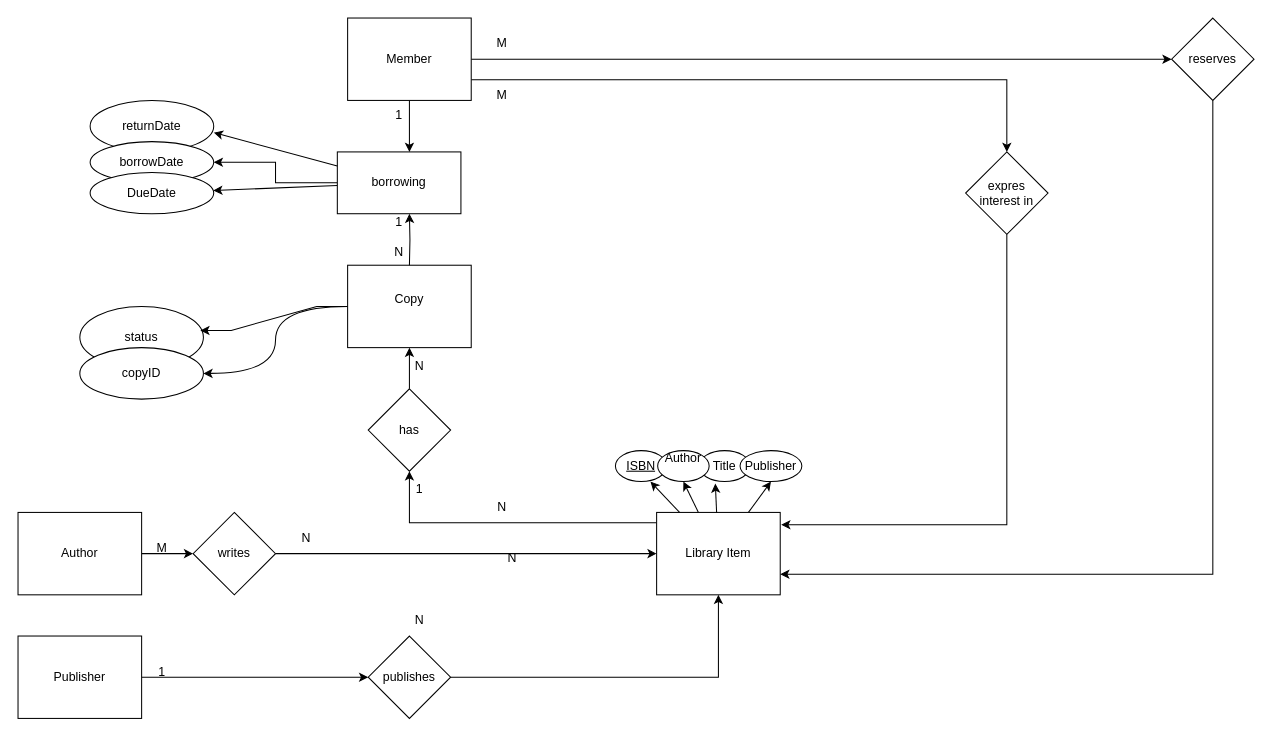
This is Tutorial2.drawio from fmvemba22/SOEN363, a draw.io file, before an edit. Source tidied: cells renumbered, new cells numbered last; positions are measured from the earlier drawing's top-left corner, leaving out a move shared by most shapes. Both pictures are drawn from the tidied source at 103%, with x=0, y=0 at pixel (18, 18).
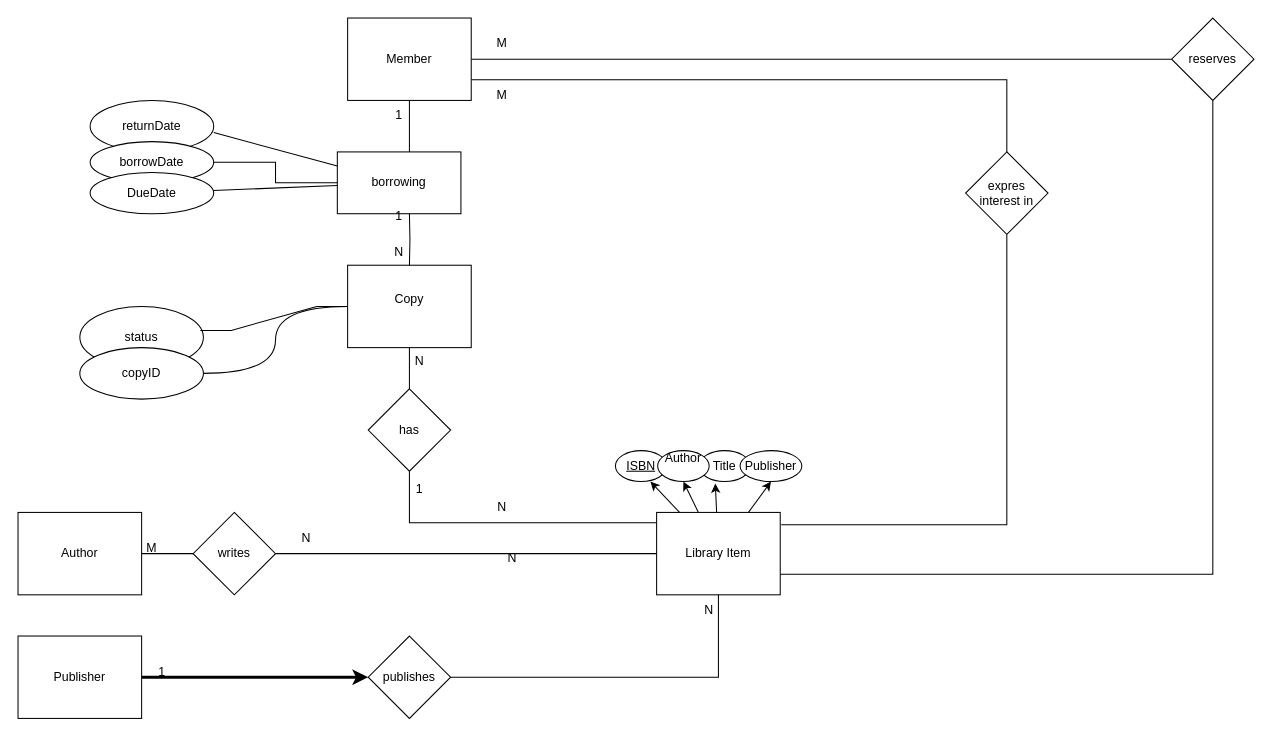
After the change.

The change refers to these unchanged cells:
```xml
<mxCell id="2" value="returnDate" style="ellipse;whiteSpace=wrap;html=1;shapeInside=1;" parent="1" vertex="1">
  <mxGeometry x="70" y="80" width="120" height="50" as="geometry" />
</mxCell>
<mxCell id="3" value="borrowDate" style="ellipse;whiteSpace=wrap;html=1;shapeInside=1;" parent="1" vertex="1">
  <mxGeometry x="70" y="120" width="120" height="40" as="geometry" />
</mxCell>
<mxCell id="7" value="Member" style="rounded=0;whiteSpace=wrap;html=1;" parent="1" vertex="1">
  <mxGeometry x="320" width="120" height="80" as="geometry" />
</mxCell>
<mxCell id="11" value="Library Item" style="rounded=0;whiteSpace=wrap;html=1;" parent="1" vertex="1">
  <mxGeometry x="620" y="480" width="120" height="80" as="geometry" />
</mxCell>
<mxCell id="13" value="reserves" style="rhombus;whiteSpace=wrap;html=1;shapeInside=1;" parent="1" vertex="1">
  <mxGeometry x="1120" width="80" height="80" as="geometry" />
</mxCell>
<mxCell id="14" value="expres interest in" style="rhombus;whiteSpace=wrap;html=1;shapeInside=1;" parent="1" vertex="1">
  <mxGeometry x="920" y="130" width="80" height="80" as="geometry" />
</mxCell>
<mxCell id="16" value="Copy&lt;div&gt;&lt;br&gt;&lt;/div&gt;" style="rounded=0;whiteSpace=wrap;html=1;" parent="1" vertex="1">
  <mxGeometry x="320" y="240" width="120" height="80" as="geometry" />
</mxCell>
<mxCell id="18" value="has" style="rhombus;whiteSpace=wrap;html=1;shapeInside=1;" parent="1" vertex="1">
  <mxGeometry x="340" y="360" width="80" height="80" as="geometry" />
</mxCell>
<mxCell id="20" value="Publisher" style="rounded=0;whiteSpace=wrap;html=1;" parent="1" vertex="1">
  <mxGeometry y="600" width="120" height="80" as="geometry" />
</mxCell>
<mxCell id="22" value="publishes" style="rhombus;whiteSpace=wrap;html=1;shapeInside=1;" parent="1" vertex="1">
  <mxGeometry x="340" y="600" width="80" height="80" as="geometry" />
</mxCell>
<mxCell id="24" value="Author" style="rounded=0;whiteSpace=wrap;html=1;" parent="1" vertex="1">
  <mxGeometry y="480" width="120" height="80" as="geometry" />
</mxCell>
<mxCell id="26" value="writes" style="rhombus;whiteSpace=wrap;html=1;shapeInside=1;" parent="1" vertex="1">
  <mxGeometry x="170" y="480" width="80" height="80" as="geometry" />
</mxCell>
<mxCell id="42" value="borrowing" style="rounded=0;whiteSpace=wrap;html=1;" parent="1" vertex="1">
  <mxGeometry x="310" y="130" width="120" height="60" as="geometry" />
</mxCell>
<mxCell id="43" value="DueDate" style="ellipse;whiteSpace=wrap;html=1;shapeInside=1;" parent="1" vertex="1">
  <mxGeometry x="70" y="150" width="120" height="40" as="geometry" />
</mxCell>
<mxCell id="45" value="status" style="ellipse;whiteSpace=wrap;html=1;shapeInside=1;" parent="1" vertex="1">
  <mxGeometry x="60" y="280" width="120" height="60" as="geometry" />
</mxCell>
<mxCell id="46" value="copyID" style="ellipse;whiteSpace=wrap;html=1;shapeInside=1;" parent="1" vertex="1">
  <mxGeometry x="60" y="320" width="120" height="50" as="geometry" />
</mxCell>
<mxCell id="50" value="&lt;u&gt;ISBN&lt;/u&gt;" style="ellipse;whiteSpace=wrap;html=1;shapeInside=1;" parent="1" vertex="1">
  <mxGeometry x="580" y="420" width="50" height="30" as="geometry" />
</mxCell>
<mxCell id="51" value="Title" style="ellipse;whiteSpace=wrap;html=1;shapeInside=1;" parent="1" vertex="1">
  <mxGeometry x="661" y="420" width="50" height="30" as="geometry" />
</mxCell>
<mxCell id="52" value="Author&lt;div&gt;&lt;br/&gt;&lt;/div&gt;" style="ellipse;whiteSpace=wrap;html=1;shapeInside=1;" parent="1" vertex="1">
  <mxGeometry x="621" y="420" width="50" height="30" as="geometry" />
</mxCell>
<mxCell id="53" value="Publisher" style="ellipse;whiteSpace=wrap;html=1;shapeInside=1;" parent="1" vertex="1">
  <mxGeometry x="701" y="420" width="60" height="30" as="geometry" />
</mxCell>
```

Change to the diagram source:
```diff
@@
-    <mxCell id="4" style="edgeStyle=orthogonalEdgeStyle;rounded=0;jettySize=auto;html=1;entryX=0;entryY=0.5;entryDx=0;entryDy=0;fontFamily=Helvetica;fontSize=12;fontColor=default;" parent="1" edge="1" source="7" target="13">
+    <mxCell id="4" style="edgeStyle=orthogonalEdgeStyle;rounded=0;jettySize=auto;html=1;entryX=0;entryY=0.5;entryDx=0;entryDy=0;fontFamily=Helvetica;fontSize=12;fontColor=default;endArrow=none;endFill=0;shape=wire;dashed=1;" parent="1" edge="1" source="7" target="13">
       <mxGeometry relative="1" as="geometry" />
     </mxCell>
-    <mxCell id="5" style="edgeStyle=orthogonalEdgeStyle;rounded=0;jettySize=auto;html=1;fontFamily=Helvetica;fontSize=12;fontColor=default;" parent="1" edge="1" source="7" target="14">
+    <mxCell id="5" style="edgeStyle=orthogonalEdgeStyle;rounded=0;jettySize=auto;html=1;fontFamily=Helvetica;fontSize=12;fontColor=default;endArrow=none;endFill=0;shape=wire;dashed=1;" parent="1" edge="1" source="7" target="14">
       <mxGeometry relative="1" as="geometry">
         <Array as="points">
           <mxPoint x="960" y="60" />
         </Array>
       </mxGeometry>
     </mxCell>
-    <mxCell id="6" style="edgeStyle=orthogonalEdgeStyle;rounded=0;jettySize=auto;html=1;entryX=0.5;entryY=0;entryDx=0;entryDy=0;fontFamily=Helvetica;fontSize=12;fontColor=default;" parent="1" edge="1" source="7">
+    <mxCell id="6" style="edgeStyle=orthogonalEdgeStyle;rounded=0;jettySize=auto;html=1;entryX=0.5;entryY=0;entryDx=0;entryDy=0;fontFamily=Helvetica;fontSize=12;fontColor=default;shape=wire;dashed=1;endArrow=none;endFill=0;" parent="1" edge="1" source="7">
       <mxGeometry relative="1" as="geometry">
         <mxPoint x="380" y="130" as="targetPoint" />
       </mxGeometry>
     </mxCell>
@@
-    <mxCell id="8" style="edgeStyle=orthogonalEdgeStyle;rounded=0;jettySize=auto;html=1;entryX=0.5;entryY=1;entryDx=0;entryDy=0;fontFamily=Helvetica;fontSize=12;fontColor=default;" parent="1" edge="1" source="11" target="18">
+    <mxCell id="8" style="edgeStyle=orthogonalEdgeStyle;rounded=0;jettySize=auto;html=1;entryX=0.5;entryY=1;entryDx=0;entryDy=0;fontFamily=Helvetica;fontSize=12;fontColor=default;shape=wire;dashed=1;endArrow=none;endFill=0;" parent="1" edge="1" source="11" target="18">
       <mxGeometry relative="1" as="geometry">
         <Array as="points">
           <mxPoint x="380" y="490" />
         </Array>
       </mxGeometry>
     </mxCell>
-    <mxCell id="9" style="rounded=0;jettySize=auto;html=1;entryX=0.5;entryY=1;entryDx=0;entryDy=0;fontFamily=Helvetica;fontSize=12;fontColor=default;" parent="1" edge="1" source="11" target="52">
+    <mxCell id="9" style="rounded=0;jettySize=auto;html=1;entryX=0.5;entryY=1;entryDx=0;entryDy=0;fontFamily=Helvetica;fontSize=12;fontColor=default;shape=wire;dashed=1;" parent="1" edge="1" source="11" target="52">
       <mxGeometry relative="1" as="geometry" />
     </mxCell>
-    <mxCell id="10" style="rounded=0;jettySize=auto;html=1;entryX=0.5;entryY=1;entryDx=0;entryDy=0;fontFamily=Helvetica;fontSize=12;fontColor=default;" parent="1" edge="1" source="11" target="53">
+    <mxCell id="10" style="rounded=0;jettySize=auto;html=1;entryX=0.5;entryY=1;entryDx=0;entryDy=0;fontFamily=Helvetica;fontSize=12;fontColor=default;shape=wire;dashed=1;" parent="1" edge="1" source="11" target="53">
       <mxGeometry relative="1" as="geometry" />
     </mxCell>
@@
-    <mxCell id="12" style="edgeStyle=orthogonalEdgeStyle;rounded=0;jettySize=auto;html=1;entryX=1;entryY=0.75;entryDx=0;entryDy=0;fontFamily=Helvetica;fontSize=12;fontColor=default;" parent="1" edge="1" source="13" target="11">
+    <mxCell id="12" style="edgeStyle=orthogonalEdgeStyle;rounded=0;jettySize=auto;html=1;entryX=1;entryY=0.75;entryDx=0;entryDy=0;fontFamily=Helvetica;fontSize=12;fontColor=default;shape=wire;dashed=1;endArrow=none;endFill=0;" parent="1" edge="1" source="13" target="11">
       <mxGeometry relative="1" as="geometry">
         <Array as="points">
           <mxPoint x="1160" y="540" />
         </Array>
       </mxGeometry>
     </mxCell>
@@
-    <mxCell id="15" style="edgeStyle=orthogonalEdgeStyle;rounded=0;jettySize=auto;html=1;entryX=1;entryY=0.5;entryDx=0;entryDy=0;fontFamily=Helvetica;fontSize=12;fontColor=default;curved=1;" parent="1" edge="1" source="16" target="46">
+    <mxCell id="15" style="edgeStyle=orthogonalEdgeStyle;rounded=0;jettySize=auto;html=1;entryX=1;entryY=0.5;entryDx=0;entryDy=0;fontFamily=Helvetica;fontSize=12;fontColor=default;curved=1;shape=wire;dashed=1;endArrow=none;endFill=0;" parent="1" edge="1" source="16" target="46">
       <mxGeometry relative="1" as="geometry" />
     </mxCell>
@@
-    <mxCell id="17" style="edgeStyle=orthogonalEdgeStyle;rounded=0;jettySize=auto;html=1;entryX=0.5;entryY=1;entryDx=0;entryDy=0;fontFamily=Helvetica;fontSize=12;fontColor=default;" parent="1" edge="1" source="18" target="16">
+    <mxCell id="17" style="edgeStyle=orthogonalEdgeStyle;rounded=0;jettySize=auto;html=1;entryX=0.5;entryY=1;entryDx=0;entryDy=0;fontFamily=Helvetica;fontSize=12;fontColor=default;shape=wire;dashed=1;endArrow=none;endFill=0;" parent="1" edge="1" source="18" target="16">
       <mxGeometry relative="1" as="geometry" />
     </mxCell>
@@
-    <mxCell id="19" style="edgeStyle=orthogonalEdgeStyle;rounded=0;jettySize=auto;html=1;entryX=0;entryY=0.5;entryDx=0;entryDy=0;fontFamily=Helvetica;fontSize=12;fontColor=default;" parent="1" edge="1" source="20" target="22">
+    <mxCell id="19" style="edgeStyle=orthogonalEdgeStyle;rounded=0;jettySize=auto;html=1;entryX=0;entryY=0.5;entryDx=0;entryDy=0;fontFamily=Helvetica;fontSize=12;fontColor=default;shape=wire;dashed=1;endArrow=classic;endFill=1;strokeWidth=3;" parent="1" edge="1" source="20" target="22">
       <mxGeometry relative="1" as="geometry" />
     </mxCell>
@@
-    <mxCell id="21" style="edgeStyle=orthogonalEdgeStyle;rounded=0;jettySize=auto;html=1;entryX=0.5;entryY=1;entryDx=0;entryDy=0;fontFamily=Helvetica;fontSize=12;fontColor=default;" parent="1" edge="1" source="22" target="11">
+    <mxCell id="21" style="edgeStyle=orthogonalEdgeStyle;rounded=0;jettySize=auto;html=1;entryX=0.5;entryY=1;entryDx=0;entryDy=0;fontFamily=Helvetica;fontSize=12;fontColor=default;shape=wire;dashed=1;endArrow=none;endFill=0;" parent="1" edge="1" source="22" target="11">
       <mxGeometry relative="1" as="geometry" />
     </mxCell>
@@
-    <mxCell id="23" style="edgeStyle=orthogonalEdgeStyle;rounded=0;jettySize=auto;html=1;entryX=0;entryY=0.5;entryDx=0;entryDy=0;fontFamily=Helvetica;fontSize=12;fontColor=default;" parent="1" edge="1" source="24" target="26">
+    <mxCell id="23" style="edgeStyle=orthogonalEdgeStyle;rounded=0;jettySize=auto;html=1;entryX=0;entryY=0.5;entryDx=0;entryDy=0;fontFamily=Helvetica;fontSize=12;fontColor=default;shape=wire;dashed=1;endArrow=none;endFill=0;" parent="1" edge="1" source="24" target="26">
       <mxGeometry relative="1" as="geometry" />
     </mxCell>
@@
-    <mxCell id="25" style="edgeStyle=orthogonalEdgeStyle;rounded=0;jettySize=auto;html=1;entryX=0;entryY=0.5;entryDx=0;entryDy=0;fontFamily=Helvetica;fontSize=12;fontColor=default;" parent="1" edge="1" source="26" target="11">
+    <mxCell id="25" style="edgeStyle=orthogonalEdgeStyle;rounded=0;jettySize=auto;html=1;entryX=0;entryY=0.5;entryDx=0;entryDy=0;fontFamily=Helvetica;fontSize=12;fontColor=default;shape=wire;dashed=1;endArrow=none;endFill=0;" parent="1" edge="1" source="26" target="11">
       <mxGeometry relative="1" as="geometry">
         <Array as="points">
           <mxPoint x="380" y="520" />
           <mxPoint x="380" y="520" />
         </Array>
       </mxGeometry>
     </mxCell>
@@
-    <mxCell id="27" style="edgeStyle=orthogonalEdgeStyle;rounded=0;jettySize=auto;html=1;entryX=1.008;entryY=0.15;entryDx=0;entryDy=0;entryPerimeter=0;fontFamily=Helvetica;fontSize=12;fontColor=default;" parent="1" edge="1" source="14" target="11">
+    <mxCell id="27" style="edgeStyle=orthogonalEdgeStyle;rounded=0;jettySize=auto;html=1;entryX=1.008;entryY=0.15;entryDx=0;entryDy=0;entryPerimeter=0;fontFamily=Helvetica;fontSize=12;fontColor=default;shape=wire;dashed=1;endArrow=none;endFill=0;" parent="1" edge="1" source="14" target="11">
       <mxGeometry relative="1" as="geometry">
         <Array as="points">
           <mxPoint x="960" y="492" />
         </Array>
       </mxGeometry>
     </mxCell>
@@
     <mxCell id="29" value="N" style="text;html=1;whiteSpace=wrap;strokeColor=none;fillColor=none;align=center;verticalAlign=middle;rounded=0;" parent="1" vertex="1">
-      <mxGeometry x="360" y="570" width="60" height="30" as="geometry" />
+      <mxGeometry x="641" y="560" width="60" height="30" as="geometry" />
     </mxCell>
     <mxCell id="30" value="M" style="text;html=1;whiteSpace=wrap;strokeColor=none;fillColor=none;align=center;verticalAlign=middle;rounded=0;" parent="1" vertex="1">
-      <mxGeometry x="110" y="500" width="60" height="30" as="geometry" />
+      <mxGeometry x="110" y="500" width="40" height="30" as="geometry" />
     </mxCell>
@@
-    <mxCell id="36" style="edgeStyle=orthogonalEdgeStyle;rounded=0;jettySize=auto;html=1;entryX=0.5;entryY=0;entryDx=0;entryDy=0;fontFamily=Helvetica;fontSize=12;fontColor=default;startArrow=classic;startFill=1;endArrow=none;endFill=0;" parent="1" edge="1" target="16">
+    <mxCell id="36" style="edgeStyle=orthogonalEdgeStyle;rounded=0;jettySize=auto;html=1;entryX=0.5;entryY=0;entryDx=0;entryDy=0;fontFamily=Helvetica;fontSize=12;fontColor=default;startArrow=none;startFill=0;endArrow=none;endFill=0;shape=wire;dashed=1;" parent="1" edge="1" target="16">
       <mxGeometry relative="1" as="geometry">
         <mxPoint x="380" y="190" as="sourcePoint" />
       </mxGeometry>
     </mxCell>
@@
     <mxCell id="39" value="N&lt;div&gt;&lt;br&gt;&lt;/div&gt;" style="text;html=1;whiteSpace=wrap;strokeColor=none;fillColor=none;align=center;verticalAlign=middle;rounded=0;" parent="1" vertex="1">
-      <mxGeometry x="360" y="330" width="60" height="30" as="geometry" />
+      <mxGeometry x="360" y="330" width="60" height="20" as="geometry" />
     </mxCell>
-    <mxCell id="40" style="edgeStyle=orthogonalEdgeStyle;rounded=0;jettySize=auto;html=1;entryX=1;entryY=0.5;entryDx=0;entryDy=0;fontFamily=Helvetica;fontSize=12;fontColor=default;" parent="1" edge="1" source="42" target="3">
+    <mxCell id="40" style="edgeStyle=orthogonalEdgeStyle;rounded=0;jettySize=auto;html=1;entryX=1;entryY=0.5;entryDx=0;entryDy=0;fontFamily=Helvetica;fontSize=12;fontColor=default;shape=wire;dashed=1;endArrow=none;endFill=0;" parent="1" edge="1" source="42" target="3">
       <mxGeometry relative="1" as="geometry" />
     </mxCell>
-    <mxCell id="41" style="rounded=0;jettySize=auto;html=1;fontFamily=Helvetica;fontSize=12;fontColor=default;" parent="1" edge="1" source="42" target="43">
+    <mxCell id="41" style="rounded=0;jettySize=auto;html=1;fontFamily=Helvetica;fontSize=12;fontColor=default;shape=wire;dashed=1;endArrow=none;endFill=0;" parent="1" edge="1" source="42" target="43">
       <mxGeometry relative="1" as="geometry" />
     </mxCell>
@@
-    <mxCell id="44" style="rounded=0;jettySize=auto;html=1;entryX=1;entryY=0.625;entryDx=0;entryDy=0;entryPerimeter=0;fontFamily=Helvetica;fontSize=12;fontColor=default;" parent="1" edge="1" source="42" target="2">
+    <mxCell id="44" style="rounded=0;jettySize=auto;html=1;entryX=1;entryY=0.625;entryDx=0;entryDy=0;entryPerimeter=0;fontFamily=Helvetica;fontSize=12;fontColor=default;shape=wire;dashed=1;endArrow=none;endFill=0;" parent="1" edge="1" source="42" target="2">
       <mxGeometry relative="1" as="geometry" />
     </mxCell>
@@
-    <mxCell id="47" style="edgeStyle=entityRelationEdgeStyle;rounded=0;jettySize=auto;html=1;entryX=0.975;entryY=0.388;entryDx=0;entryDy=0;entryPerimeter=0;fontFamily=Helvetica;fontSize=12;fontColor=default;" parent="1" edge="1" source="16" target="45">
+    <mxCell id="47" style="edgeStyle=entityRelationEdgeStyle;rounded=0;jettySize=auto;html=1;entryX=0.975;entryY=0.388;entryDx=0;entryDy=0;entryPerimeter=0;fontFamily=Helvetica;fontSize=12;fontColor=default;shape=wire;dashed=1;endArrow=none;endFill=0;" parent="1" edge="1" source="16" target="45">
       <mxGeometry relative="1" as="geometry" />
     </mxCell>
     <mxCell id="48" value="1&lt;div&gt;&lt;br&gt;&lt;/div&gt;" style="text;html=1;whiteSpace=wrap;strokeColor=none;fillColor=none;align=center;verticalAlign=middle;rounded=0;" parent="1" vertex="1">
-      <mxGeometry x="340" y="190" width="60" height="30" as="geometry" />
+      <mxGeometry x="340" y="190" width="60" height="20" as="geometry" />
     </mxCell>
@@
-    <mxCell id="54" style="rounded=0;jettySize=auto;html=1;entryX=0.68;entryY=1;entryDx=0;entryDy=0;entryPerimeter=0;fontFamily=Helvetica;fontSize=12;fontColor=default;" parent="1" edge="1" source="11" target="50">
+    <mxCell id="54" style="rounded=0;jettySize=auto;html=1;entryX=0.68;entryY=1;entryDx=0;entryDy=0;entryPerimeter=0;fontFamily=Helvetica;fontSize=12;fontColor=default;shape=wire;dashed=1;" parent="1" edge="1" source="11" target="50">
       <mxGeometry relative="1" as="geometry" />
     </mxCell>
-    <mxCell id="55" style="rounded=0;jettySize=auto;html=1;entryX=0.32;entryY=1.067;entryDx=0;entryDy=0;entryPerimeter=0;fontFamily=Helvetica;fontSize=12;fontColor=default;" parent="1" edge="1" source="11" target="51">
+    <mxCell id="55" style="rounded=0;jettySize=auto;html=1;entryX=0.32;entryY=1.067;entryDx=0;entryDy=0;entryPerimeter=0;fontFamily=Helvetica;fontSize=12;fontColor=default;shape=wire;dashed=1;" parent="1" edge="1" source="11" target="51">
       <mxGeometry relative="1" as="geometry" />
     </mxCell>
```
